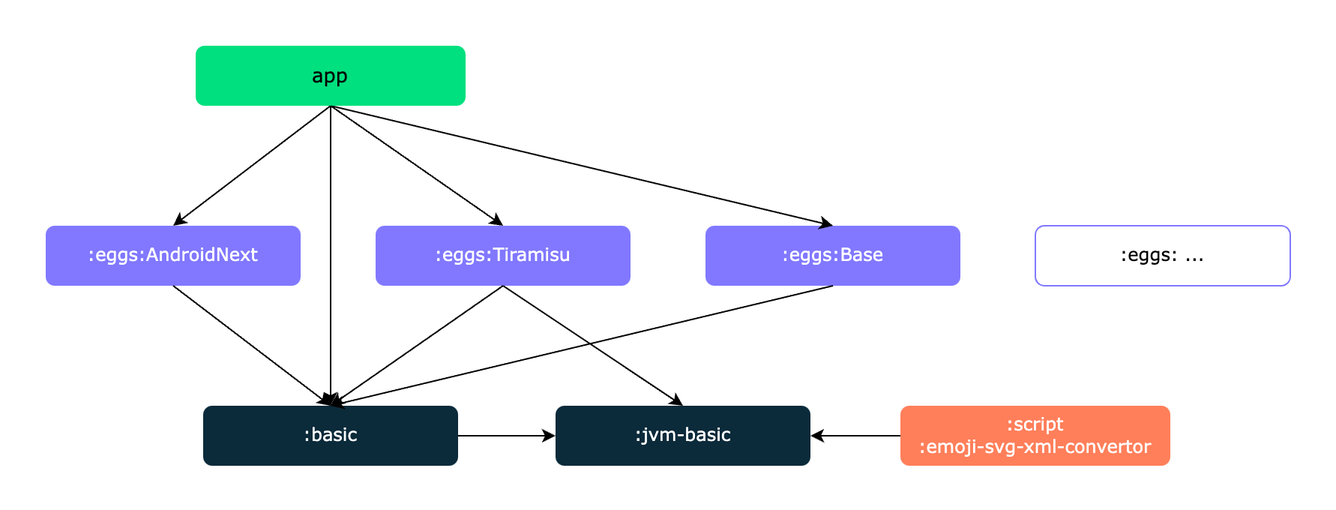
hushenghao/AndroidEasterEggs keeps this draw.io diagram as assets/image/modularization-graph.drawio.png. Above is the earlier version. Source tidied: cells renumbered, new cells last; positions are measured from the earlier drawing's top-left corner, leaving out a move shared by most shapes.
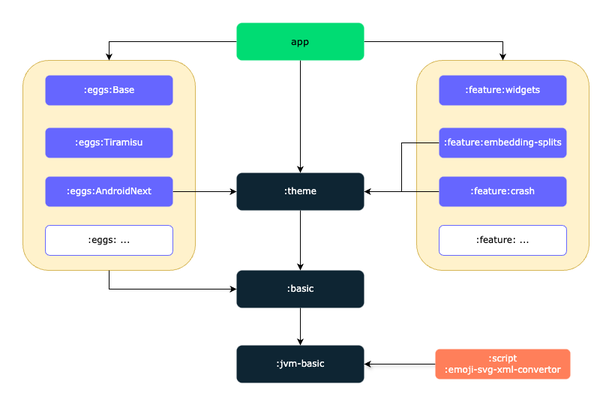
After the change.

Commit message:
feat: Update modularization graph

Change to the diagram source:
```diff
@@ -2,59 +2,80 @@
   <root>
     <mxCell id="0" />
     <mxCell id="1" parent="0" />
+    <mxCell id="20" style="whiteSpace=wrap;html=1;rounded=1;fillColor=#fff2cc;strokeColor=#d6b656;" parent="1" vertex="1">
+      <mxGeometry x="75" y="460" width="230" height="280" as="geometry" />
+    </mxCell>
+    <mxCell id="21" style="rounded=0;jettySize=auto;html=1;entryX=0.5;entryY=0;entryDx=0;entryDy=0;exitX=0.5;exitY=1;exitDx=0;exitDy=0;" parent="1" edge="1" source="23" target="2">
+      <mxGeometry relative="1" as="geometry" />
+    </mxCell>
+    <mxCell id="22" style="whiteSpace=wrap;html=1;fillColor=#fff2cc;strokeColor=#d6b656;rounded=1;" parent="1" vertex="1">
+      <mxGeometry x="600" y="460" width="230" height="280" as="geometry" />
+    </mxCell>
+    <mxCell id="23" value="&lt;font color=&quot;#ffffff&quot; face=&quot;Verdana&quot; style=&quot;font-size: 12px;&quot;&gt;:theme&lt;/font&gt;" style="rounded=1;whiteSpace=wrap;html=1;fontColor=#000000;fillColor=#0E2533;strokeColor=none;" parent="1" vertex="1">
+      <mxGeometry x="360" y="610" width="170" height="50" as="geometry" />
+    </mxCell>
+    <mxCell id="7" style="edgeStyle=orthogonalEdgeStyle;rounded=0;jettySize=auto;html=1;entryX=0.5;entryY=0;entryDx=0;entryDy=0;" parent="1" edge="1" source="2" target="16">
+      <mxGeometry relative="1" as="geometry" />
+    </mxCell>
-    <mxCell id="2" value="&lt;font style=&quot;font-size: 12px;&quot; color=&quot;#ffffff&quot; face=&quot;Verdana&quot;&gt;:basic&lt;/font&gt;" style="rounded=1;whiteSpace=wrap;html=1;fillColor=#0B2A3A;strokeColor=none;" parent="1" vertex="1">
-      <mxGeometry x="105" y="240" width="170" height="40" as="geometry" />
+    <mxCell id="2" value="&lt;font style=&quot;font-size: 12px;&quot; color=&quot;#ffffff&quot; face=&quot;Verdana&quot;&gt;:basic&lt;br&gt;&lt;/font&gt;" style="rounded=1;whiteSpace=wrap;html=1;fillColor=#0E2533;fontColor=#ffffff;strokeColor=none;" parent="1" vertex="1">
+      <mxGeometry x="360" y="740" width="170" height="50" as="geometry" />
     </mxCell>
-    <mxCell id="3" style="rounded=0;jettySize=auto;html=1;exitX=0.5;exitY=1;exitDx=0;exitDy=0;entryX=0.5;entryY=0;entryDx=0;entryDy=0;endArrow=classic;endFill=1;" parent="1" edge="1" source="9" target="11">
-      <mxGeometry relative="1" as="geometry" />
-    </mxCell>
-    <mxCell id="4" value="&lt;font face=&quot;Verdana&quot; color=&quot;#ffffff&quot;&gt;:eggs:Tiramisu&lt;/font&gt;" style="rounded=1;whiteSpace=wrap;html=1;fillColor=#8178FF;strokeColor=none;" parent="1" vertex="1">
-      <mxGeometry x="220" y="120" width="170" height="40" as="geometry" />
+    <mxCell id="4" value="&lt;font face=&quot;Verdana&quot; color=&quot;#ffffff&quot;&gt;:eggs:Tiramisu&lt;/font&gt;" style="rounded=1;whiteSpace=wrap;html=1;fillColor=#6666FF;strokeColor=none;" parent="1" vertex="1">
+      <mxGeometry x="105" y="550" width="170" height="40" as="geometry" />
     </mxCell>
-    <mxCell id="5" value="&lt;font style=&quot;font-size: 12px;&quot; face=&quot;Verdana&quot; color=&quot;#ffffff&quot;&gt;:eggs:Base&lt;/font&gt;" style="rounded=1;whiteSpace=wrap;html=1;fillColor=#8178FF;strokeColor=none;" parent="1" vertex="1">
-      <mxGeometry x="440" y="120" width="170" height="40" as="geometry" />
+    <mxCell id="5" value="&lt;font style=&quot;font-size: 12px;&quot; face=&quot;Verdana&quot; color=&quot;#ffffff&quot;&gt;:eggs:Base&lt;/font&gt;" style="rounded=1;whiteSpace=wrap;html=1;fillColor=#6666FF;strokeColor=none;" parent="1" vertex="1">
+      <mxGeometry x="105" y="480" width="170" height="40" as="geometry" />
     </mxCell>
-    <mxCell id="6" style="rounded=0;jettySize=auto;html=1;entryX=0.5;entryY=0;entryDx=0;entryDy=0;exitX=0.5;exitY=1;exitDx=0;exitDy=0;endArrow=classic;endFill=1;" parent="1" edge="1" source="9" target="5">
+    <mxCell id="6" style="rounded=0;jettySize=auto;html=1;entryX=0.5;entryY=0;entryDx=0;entryDy=0;exitX=0;exitY=0.5;exitDx=0;exitDy=0;endArrow=classic;endFill=1;edgeStyle=orthogonalEdgeStyle;" parent="1" edge="1" source="9" target="20">
       <mxGeometry relative="1" as="geometry" />
     </mxCell>
-    <mxCell id="7" style="rounded=0;jettySize=auto;html=1;exitX=1;exitY=0.5;exitDx=0;exitDy=0;entryX=0;entryY=0.5;entryDx=0;entryDy=0;endArrow=classic;endFill=1;" parent="1" edge="1" source="2" target="16">
-      <mxGeometry relative="1" as="geometry" />
-    </mxCell>
-    <mxCell id="8" style="rounded=0;jettySize=auto;html=1;exitX=0.5;exitY=1;exitDx=0;exitDy=0;entryX=0.5;entryY=0;entryDx=0;entryDy=0;jumpStyle=none;endArrow=classic;endFill=1;" parent="1" edge="1" source="9" target="2">
-      <mxGeometry relative="1" as="geometry" />
-    </mxCell>
+    <mxCell id="24" style="rounded=0;jettySize=auto;html=1;exitX=1;exitY=0.5;exitDx=0;exitDy=0;entryX=0.5;entryY=0;entryDx=0;entryDy=0;edgeStyle=orthogonalEdgeStyle;" parent="1" edge="1" source="9" target="22">
+      <mxGeometry relative="1" as="geometry" />
+    </mxCell>
+    <mxCell id="25" style="edgeStyle=orthogonalEdgeStyle;rounded=0;jettySize=auto;html=1;entryX=0.5;entryY=0;entryDx=0;entryDy=0;" parent="1" edge="1" source="9" target="23">
+      <mxGeometry relative="1" as="geometry" />
+    </mxCell>
-    <mxCell id="9" value="&lt;font style=&quot;font-size: 13px;&quot; face=&quot;Verdana&quot;&gt;app&lt;/font&gt;" style="rounded=1;whiteSpace=wrap;html=1;fillColor=#00E07E;strokeColor=none;" parent="1" vertex="1">
-      <mxGeometry x="100" width="180" height="40" as="geometry" />
+    <mxCell id="9" value="&lt;font style=&quot;font-size: 13px;&quot; face=&quot;Verdana&quot;&gt;app&lt;/font&gt;" style="rounded=1;whiteSpace=wrap;html=1;fillColor=#00DC73;strokeColor=none;" parent="1" vertex="1">
+      <mxGeometry x="360" y="410" width="170" height="50" as="geometry" />
     </mxCell>
-    <mxCell id="10" style="rounded=0;jettySize=auto;html=1;exitX=0.5;exitY=1;exitDx=0;exitDy=0;entryX=0.5;entryY=0;entryDx=0;entryDy=0;endArrow=classic;endFill=1;" parent="1" edge="1" source="9" target="4">
-      <mxGeometry relative="1" as="geometry" />
-    </mxCell>
+    <mxCell id="26" style="edgeStyle=orthogonalEdgeStyle;rounded=0;jettySize=auto;html=1;entryX=0;entryY=0.5;entryDx=0;entryDy=0;" parent="1" edge="1" source="11" target="23">
+      <mxGeometry relative="1" as="geometry" />
+    </mxCell>
-    <mxCell id="11" value="&lt;font style=&quot;font-size: 12px;&quot;&gt;&lt;font style=&quot;font-size: 12px;&quot; face=&quot;Verdana&quot; color=&quot;#ffffff&quot;&gt;:eggs:&lt;/font&gt;&lt;font style=&quot;font-size: 12px;&quot; face=&quot;Verdana&quot; color=&quot;#ffffff&quot;&gt;AndroidNext&lt;/font&gt;&lt;/font&gt;" style="rounded=1;whiteSpace=wrap;html=1;fillColor=#8178FF;strokeColor=none;" parent="1" vertex="1">
-      <mxGeometry y="120" width="170" height="40" as="geometry" />
+    <mxCell id="11" value="&lt;font style=&quot;font-size: 12px;&quot;&gt;&lt;font style=&quot;font-size: 12px;&quot; face=&quot;Verdana&quot; color=&quot;#ffffff&quot;&gt;:eggs:&lt;/font&gt;&lt;font style=&quot;font-size: 12px;&quot; face=&quot;Verdana&quot; color=&quot;#ffffff&quot;&gt;AndroidNext&lt;/font&gt;&lt;/font&gt;" style="rounded=1;whiteSpace=wrap;html=1;fillColor=#6666FF;strokeColor=none;" parent="1" vertex="1">
+      <mxGeometry x="105" y="615" width="170" height="40" as="geometry" />
     </mxCell>
-    <mxCell id="12" style="rounded=0;jettySize=auto;html=1;exitX=0.5;exitY=1;exitDx=0;exitDy=0;entryX=0.5;entryY=0;entryDx=0;entryDy=0;endArrow=classic;endFill=1;" parent="1" edge="1" source="5" target="2">
+    <mxCell id="12" style="rounded=0;jettySize=auto;html=1;exitX=0.5;exitY=1;exitDx=0;exitDy=0;entryX=0;entryY=0.5;entryDx=0;entryDy=0;endArrow=classic;endFill=1;edgeStyle=orthogonalEdgeStyle;" parent="1" edge="1" source="20" target="2">
       <mxGeometry relative="1" as="geometry" />
     </mxCell>
-    <mxCell id="13" style="rounded=0;jettySize=auto;html=1;exitX=0.5;exitY=1;exitDx=0;exitDy=0;entryX=0.5;entryY=0;entryDx=0;entryDy=0;endArrow=classic;endFill=1;" parent="1" edge="1" source="11" target="2">
-      <mxGeometry relative="1" as="geometry" />
-    </mxCell>
-    <mxCell id="14" style="rounded=0;jettySize=auto;html=1;exitX=0.5;exitY=1;exitDx=0;exitDy=0;entryX=0.5;entryY=0;entryDx=0;entryDy=0;endArrow=classic;endFill=1;" parent="1" edge="1" source="4" target="2">
-      <mxGeometry relative="1" as="geometry" />
-    </mxCell>
-    <mxCell id="15" style="rounded=0;jettySize=auto;html=1;exitX=0.5;exitY=1;exitDx=0;exitDy=0;entryX=0.5;entryY=0;entryDx=0;entryDy=0;" parent="1" edge="1" source="4" target="16">
-      <mxGeometry relative="1" as="geometry" />
-    </mxCell>
-    <mxCell id="16" value="&lt;font style=&quot;font-size: 12px;&quot; face=&quot;Verdana&quot; color=&quot;#ffffff&quot;&gt;:jvm-basic&lt;/font&gt;" style="rounded=1;whiteSpace=wrap;html=1;fillColor=#0B2A3A;strokeColor=none;" parent="1" vertex="1">
-      <mxGeometry x="340" y="240" width="170" height="40" as="geometry" />
+    <mxCell id="16" value="&lt;font style=&quot;font-size: 12px;&quot; face=&quot;Verdana&quot; color=&quot;#ffffff&quot;&gt;:jvm-basic&lt;/font&gt;" style="rounded=1;whiteSpace=wrap;html=1;fillColor=#0E2533;fontColor=#000000;strokeColor=none;" parent="1" vertex="1">
+      <mxGeometry x="360" y="840" width="170" height="50" as="geometry" />
     </mxCell>
-    <mxCell id="17" value="&lt;font face=&quot;Verdana&quot;&gt;:eggs: ...&lt;/font&gt;" style="rounded=1;whiteSpace=wrap;html=1;fillColor=default;strokeColor=#8178FF;" parent="1" vertex="1">
-      <mxGeometry x="660" y="120" width="170" height="40" as="geometry" />
+    <mxCell id="17" value="&lt;font face=&quot;Verdana&quot;&gt;:eggs: ...&lt;/font&gt;" style="rounded=1;whiteSpace=wrap;html=1;fillColor=default;strokeColor=#6666FF;" parent="1" vertex="1">
+      <mxGeometry x="105" y="680" width="170" height="40" as="geometry" />
     </mxCell>
-    <mxCell id="18" style="rounded=0;jettySize=auto;html=1;exitX=0;exitY=0.5;exitDx=0;exitDy=0;entryX=1;entryY=0.5;entryDx=0;entryDy=0;" parent="1" edge="1" source="19" target="16">
+    <mxCell id="18" style="rounded=0;jettySize=auto;html=1;exitX=0;exitY=0.5;exitDx=0;exitDy=0;entryX=1;entryY=0.5;entryDx=0;entryDy=0;strokeColor=default;shadow=1;" parent="1" edge="1" source="19" target="16">
       <mxGeometry relative="1" as="geometry" />
     </mxCell>
     <mxCell id="19" value="&lt;font style=&quot;font-size: 12px;&quot; face=&quot;Verdana&quot; color=&quot;#ffffff&quot;&gt;:script&lt;br&gt;:emoji-svg-xml-convertor&lt;/font&gt;" style="rounded=1;whiteSpace=wrap;html=1;fillColor=#FF7F5A;strokeColor=none;" parent="1" vertex="1">
-      <mxGeometry x="570" y="240" width="180" height="40" as="geometry" />
+      <mxGeometry x="625" y="845" width="180" height="40" as="geometry" />
     </mxCell>
+    <mxCell id="27" style="edgeStyle=orthogonalEdgeStyle;rounded=0;jettySize=auto;html=1;entryX=1;entryY=0.5;entryDx=0;entryDy=0;" parent="1" edge="1" source="28" target="23">
+      <mxGeometry relative="1" as="geometry" />
+    </mxCell>
+    <mxCell id="28" value="&lt;font style=&quot;font-size: 12px;&quot;&gt;&lt;font style=&quot;font-size: 12px;&quot; face=&quot;Verdana&quot; color=&quot;#ffffff&quot;&gt;:feature:&lt;/font&gt;&lt;font style=&quot;font-size: 12px;&quot; face=&quot;Verdana&quot; color=&quot;#ffffff&quot;&gt;crash&lt;/font&gt;&lt;/font&gt;" style="rounded=1;whiteSpace=wrap;html=1;fillColor=#6666FF;strokeColor=none;" parent="1" vertex="1">
+      <mxGeometry x="630" y="615" width="170" height="40" as="geometry" />
+    </mxCell>
+    <mxCell id="29" style="rounded=0;jettySize=auto;html=1;entryX=1;entryY=0.5;entryDx=0;entryDy=0;exitX=0;exitY=0.5;exitDx=0;exitDy=0;edgeStyle=orthogonalEdgeStyle;" parent="1" edge="1" source="30" target="23">
+      <mxGeometry relative="1" as="geometry" />
+    </mxCell>
+    <mxCell id="30" value="&lt;font face=&quot;Verdana&quot; color=&quot;#ffffff&quot;&gt;:feature:embedding-splits&lt;/font&gt;" style="rounded=1;whiteSpace=wrap;html=1;fillColor=#6666FF;strokeColor=none;" parent="1" vertex="1">
+      <mxGeometry x="630" y="550" width="170" height="40" as="geometry" />
+    </mxCell>
+    <mxCell id="31" value="&lt;font face=&quot;Verdana&quot; color=&quot;#ffffff&quot;&gt;:feature:widgets&lt;/font&gt;" style="rounded=1;whiteSpace=wrap;html=1;fillColor=#6666FF;strokeColor=none;" parent="1" vertex="1">
+      <mxGeometry x="630" y="480" width="170" height="40" as="geometry" />
+    </mxCell>
+    <mxCell id="32" value="&lt;font face=&quot;Verdana&quot;&gt;:feature: ...&lt;/font&gt;" style="rounded=1;whiteSpace=wrap;html=1;fillColor=default;strokeColor=#6666FF;" parent="1" vertex="1">
+      <mxGeometry x="630" y="680" width="170" height="40" as="geometry" />
+    </mxCell>
   </root>
 </mxGraphModel>
```
